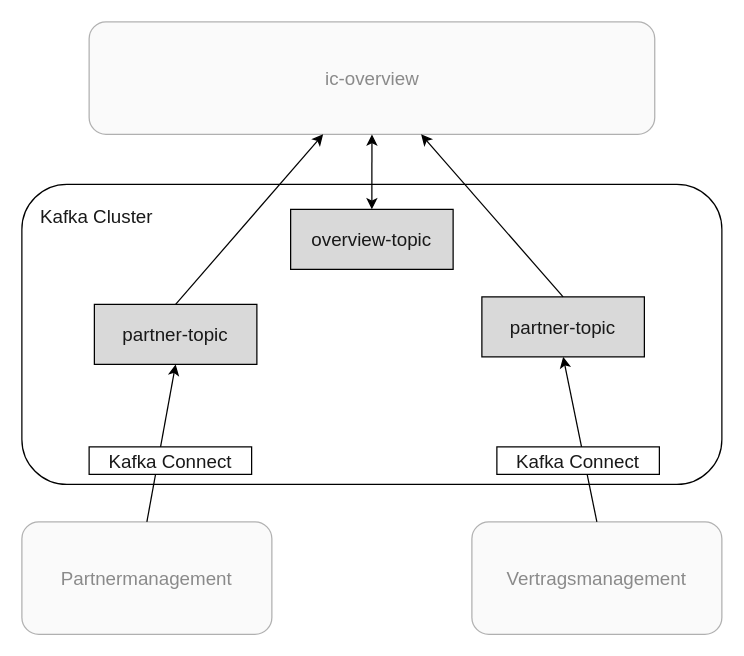
Before: page "kafka-cluster" (3 of 3) of architecture.drawio in mhaspra/ic-architecture, a draw.io diagram. Source tidied: cells renumbered, new cells numbered last; positions are measured from the earlier drawing's top-left corner, leaving out a move shared by most shapes. Both pictures are drawn from the tidied source at 125%, with x=0, y=0 at pixel (21, 21). Pictures stored in the file or linked from it are replaced by grey dashed boxes.
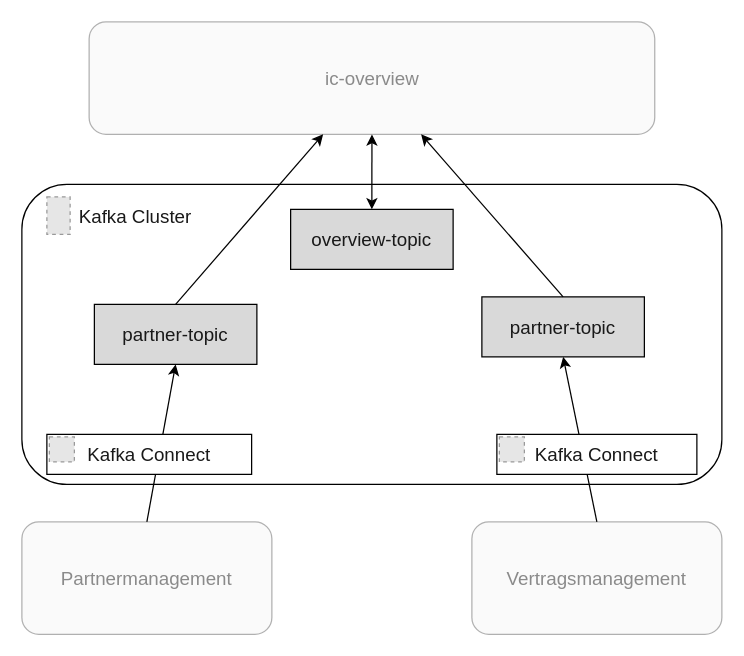
The same page after the edit.

The edit, as a diff of the source:
```diff
@@
 <mxGraphModel>
   <root>
     <mxCell id="0" />
     <mxCell id="1" parent="0" />
     <mxCell id="2" style="rounded=1;whiteSpace=wrap;html=1;align=left;verticalAlign=top;" parent="1" vertex="1">
       <mxGeometry y="130" width="560" height="240" as="geometry" />
     </mxCell>
     <mxCell id="3" value="ic-overview" style="rounded=1;whiteSpace=wrap;html=1;fontSize=15;opacity=50;fillColor=#f5f5f5;fontColor=#8A8A8A;strokeColor=#666666;rotation=0;" parent="1" vertex="1">
       <mxGeometry x="53.8" width="452.5" height="90" as="geometry" />
     </mxCell>
     <mxCell id="4" value="partner-topic" style="rounded=0;whiteSpace=wrap;html=1;fontSize=15;fontColor=#191919;fillColor=#D9D9D9;" parent="1" vertex="1">
       <mxGeometry x="58" y="226" width="130" height="48" as="geometry" />
     </mxCell>
     <mxCell id="5" value="Partnermanagement" style="rounded=1;whiteSpace=wrap;html=1;fontSize=15;opacity=50;fillColor=#f5f5f5;fontColor=#8A8A8A;strokeColor=#666666;rotation=0;" parent="1" vertex="1">
       <mxGeometry y="400" width="200" height="90" as="geometry" />
     </mxCell>
     <mxCell id="6" value="Vertragsmanagement" style="rounded=1;whiteSpace=wrap;html=1;fontSize=15;opacity=50;fillColor=#f5f5f5;fontColor=#8A8A8A;strokeColor=#666666;rotation=0;" parent="1" vertex="1">
       <mxGeometry x="360" y="400" width="200" height="90" as="geometry" />
     </mxCell>
     <mxCell id="7" value="overview-topic" style="rounded=0;whiteSpace=wrap;html=1;fontSize=15;fontColor=#191919;fillColor=#D9D9D9;" parent="1" vertex="1">
       <mxGeometry x="215" y="150" width="130" height="48" as="geometry" />
     </mxCell>
     <mxCell id="8" value="partner-topic" style="rounded=0;whiteSpace=wrap;html=1;fontSize=15;fontColor=#191919;fillColor=#D9D9D9;" parent="1" vertex="1">
       <mxGeometry x="368" y="220" width="130" height="48" as="geometry" />
     </mxCell>
     <mxCell id="9" style="endArrow=classic;html=1;rounded=0;fontSize=15;fontColor=#191919;exitX=0.5;exitY=0;exitDx=0;exitDy=0;entryX=0.5;entryY=1;entryDx=0;entryDy=0;" parent="1" edge="1" source="6" target="8">
       <mxGeometry relative="1" as="geometry" />
     </mxCell>
     <mxCell id="10" value="Kafka Connect" style="rounded=0;whiteSpace=wrap;html=1;fontSize=15;fontColor=#191919;fillColor=#FFFFFF;" parent="1" vertex="1">
-      <mxGeometry x="380" y="340" width="130" height="22" as="geometry" />
+      <mxGeometry x="380" y="330" width="160" height="32" as="geometry" />
     </mxCell>
     <mxCell id="11" style="endArrow=classic;html=1;rounded=0;fontSize=15;fontColor=#191919;exitX=0.5;exitY=0;exitDx=0;exitDy=0;entryX=0.5;entryY=1;entryDx=0;entryDy=0;" parent="1" edge="1" source="5" target="4">
       <mxGeometry relative="1" as="geometry" />
     </mxCell>
     <mxCell id="12" value="Kafka Connect" style="rounded=0;whiteSpace=wrap;html=1;fontSize=15;fontColor=#191919;fillColor=#FFFFFF;" parent="1" vertex="1">
-      <mxGeometry x="53.8" y="340" width="130" height="22" as="geometry" />
+      <mxGeometry x="20" y="330" width="163.8" height="32" as="geometry" />
     </mxCell>
     <mxCell id="13" style="endArrow=classic;html=1;rounded=0;fontSize=15;fontColor=#191919;exitX=0.5;exitY=0;exitDx=0;exitDy=0;" parent="1" edge="1" source="4" target="3">
       <mxGeometry relative="1" as="geometry" />
     </mxCell>
     <mxCell id="14" style="endArrow=classic;html=1;rounded=0;fontSize=15;fontColor=#191919;exitX=0.5;exitY=0;exitDx=0;exitDy=0;" parent="1" edge="1" source="8" target="3">
       <mxGeometry relative="1" as="geometry" />
     </mxCell>
     <mxCell id="15" style="endArrow=classic;startArrow=classic;html=1;rounded=0;fontSize=15;fontColor=#191919;exitX=0.5;exitY=0;exitDx=0;exitDy=0;entryX=0.5;entryY=1;entryDx=0;entryDy=0;" parent="1" edge="1" source="7" target="3">
       <mxGeometry relative="1" as="geometry" />
     </mxCell>
     <mxCell id="16" value="Kafka Cluster" style="text;html=1;strokeColor=none;fillColor=none;align=center;verticalAlign=middle;whiteSpace=wrap;rounded=0;fontSize=15;fontColor=#191919;" parent="1" vertex="1">
-      <mxGeometry x="10" y="140" width="100" height="30" as="geometry" />
+      <mxGeometry x="41" y="140" width="100" height="30" as="geometry" />
     </mxCell>
+    <mxCell id="17" style="fillColor=#E6E6E6;strokeColor=#999999;dashed=1;verticalLabelPosition=bottom;labelBackgroundColor=default;verticalAlign=top;" parent="1" vertex="1">
+      <mxGeometry x="22" y="332" width="20" height="20" as="geometry" />
+    </mxCell>
+    <mxCell id="18" style="fillColor=#E6E6E6;strokeColor=#999999;dashed=1;verticalLabelPosition=bottom;labelBackgroundColor=default;verticalAlign=top;" parent="1" vertex="1">
+      <mxGeometry x="382" y="332" width="20" height="20" as="geometry" />
+    </mxCell>
+    <mxCell id="19" style="fillColor=#E6E6E6;strokeColor=#999999;dashed=1;verticalLabelPosition=bottom;labelBackgroundColor=default;verticalAlign=top;" parent="1" vertex="1">
+      <mxGeometry x="20" y="140" width="18.6" height="30" as="geometry" />
+    </mxCell>
   </root>
 </mxGraphModel>
```
